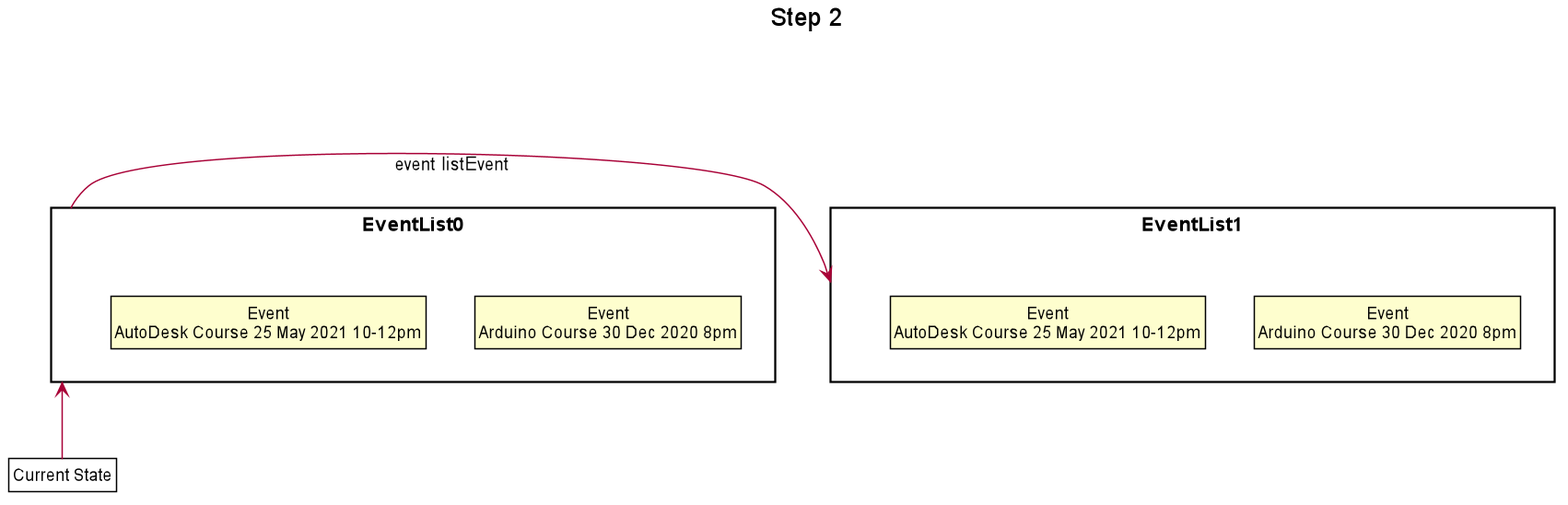
nus-cs2113-AY2021S1/tp keeps this PlantUML diagram as docs/EventDiagram/EventSteps/2Step2.png. Above is the earlier version. The source it was exported from:
```plantuml
@startuml





skinparam BackgroundColor #FFFFFFF

skinparam Shadowing false

skinparam Class {
    FontColor #FFFFFF
    BorderThickness 1
    BorderColor #FFFFFF
    StereotypeFontColor #FFFFFF
    FontName Arial
}

skinparam Actor {
    BorderColor #000000
    Color #000000
    FontName Arial
}

skinparam Sequence {
    MessageAlign center
    BoxFontSize 15
    BoxPadding 0
    BoxFontColor #FFFFFF
    FontName Arial
}

skinparam Participant {
    FontColor #FFFFFFF
    Padding 20
}

skinparam MinClassWidth 50
skinparam ParticipantPadding 10
skinparam Shadowing false
skinparam DefaultTextAlignment center
skinparam packageStyle Rectangle

hide footbox
hide members
hide circle
skinparam ClassFontColor #000000
skinparam ClassBorderColor #000000

title Step 2

package EventList0 {
    class State1 as "Event\nArduino Course 30 Dec 2020 8pm"
    class State2 as "Event\nAutoDesk Course 25 May 2021 10-12pm"
}
package EventList1 {
    class State3 as "Event\nArduino Course 30 Dec 2020 8pm"
    class State4 as "Event\nAutoDesk Course 25 May 2021 10-12pm"
}

EventList0 -left->EventList1 : event listEvent


class Pointer as "Current State" #FFFFF
Pointer -up-> EventList0


@enduml
```
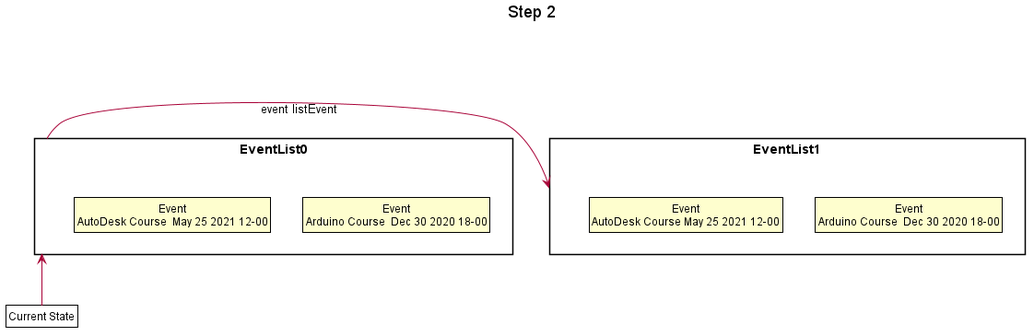
The same file after the commit.

What changed in the source:
```diff
@@ -50,12 +50,12 @@
 title Step 2
 
 package EventList0 {
-    class State1 as "Event\nArduino Course 30 Dec 2020 8pm"
-    class State2 as "Event\nAutoDesk Course 25 May 2021 10-12pm"
+    class State1 as "Event\nArduino Course  Dec 30 2020 18-00"
+    class State2 as "Event\nAutoDesk Course  May 25 2021 12-00"
 }
 package EventList1 {
-    class State3 as "Event\nArduino Course 30 Dec 2020 8pm"
-    class State4 as "Event\nAutoDesk Course 25 May 2021 10-12pm"
+    class State3 as "Event\nArduino Course  Dec 30 2020 18-00"
+    class State4 as "Event\nAutoDesk Course May 25 2021 12-00"
 }
 
 EventList0 -left->EventList1 : event listEvent
```
